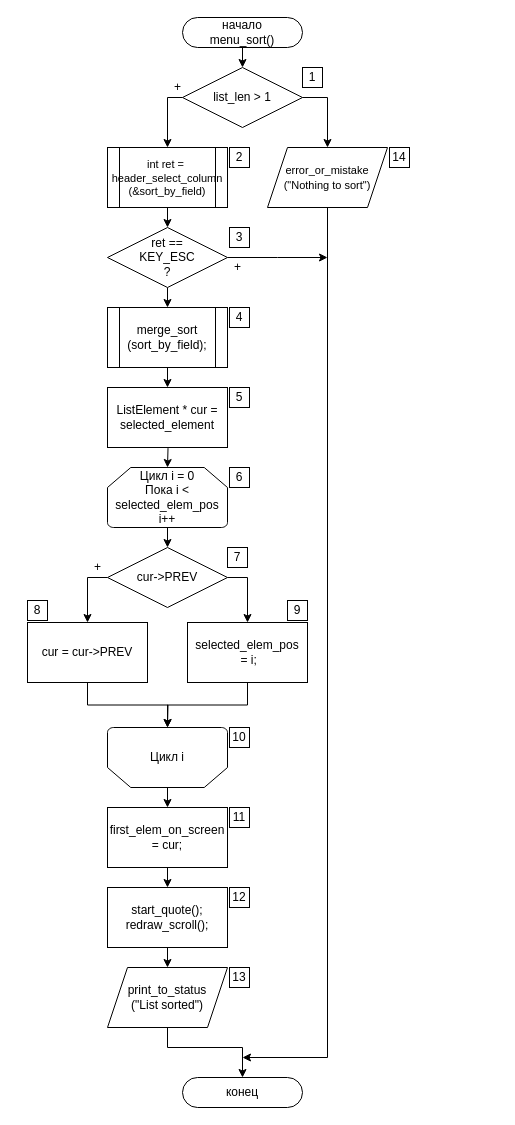
The draw.io diagram ПЗ/Diagrams/menu_sort.drawio in Killfrra/AnP, before the edit. Source tidied: cells renumbered, new cells numbered last; positions are measured from the earlier drawing's top-left corner, leaving out a move shared by most shapes. Both pictures are drawn from the tidied source at 100%, with x=0, y=0 at pixel (27, 17).
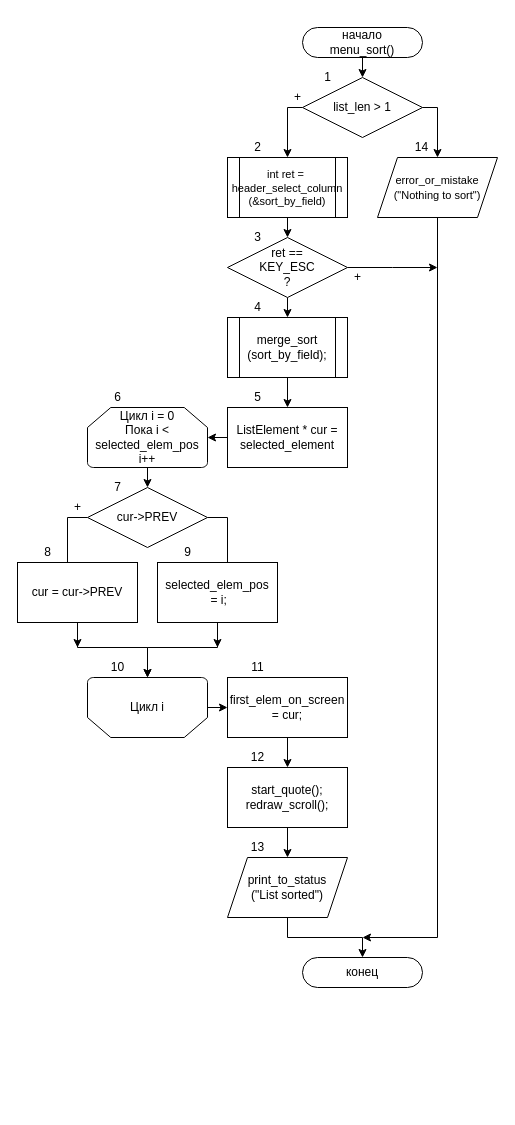
The same diagram, later.

What changed in the source:
```diff
@@
     <mxCell id="2" value="начало&lt;br&gt;menu_sort()" style="rounded=1;whiteSpace=wrap;html=1;arcSize=50;" parent="1" vertex="1">
-      <mxGeometry x="155" width="120" height="30" as="geometry" />
+      <mxGeometry x="275" y="10" width="120" height="30" as="geometry" />
     </mxCell>
     <mxCell id="3" value="конец" style="rounded=1;whiteSpace=wrap;html=1;arcSize=50;" parent="1" vertex="1">
-      <mxGeometry x="155" y="1060" width="120" height="30" as="geometry" />
+      <mxGeometry x="275" y="940" width="120" height="30" as="geometry" />
     </mxCell>
     <mxCell id="4" style="edgeStyle=orthogonalEdgeStyle;rounded=0;jettySize=auto;html=1;exitX=0;exitY=0.5;exitDx=0;exitDy=0;entryX=0.5;entryY=0;entryDx=0;entryDy=0;" parent="1" edge="1" source="5" target="52">
       <mxGeometry relative="1" as="geometry">
         <Array as="points">
-          <mxPoint x="140" y="80" />
+          <mxPoint x="260" y="90" />
         </Array>
       </mxGeometry>
     </mxCell>
     <mxCell id="5" value="list_len &gt; 1" style="rhombus;whiteSpace=wrap;html=1;rounded=0;" parent="1" vertex="1">
-      <mxGeometry x="155" y="50" width="120" height="60" as="geometry" />
+      <mxGeometry x="275" y="60" width="120" height="60" as="geometry" />
     </mxCell>
     <mxCell id="6" value="start_quote();&lt;br&gt;redraw_scroll();" style="rounded=0;whiteSpace=wrap;html=1;" parent="1" vertex="1">
-      <mxGeometry x="80" y="870" width="120" height="60" as="geometry" />
+      <mxGeometry x="200" y="750" width="120" height="60" as="geometry" />
     </mxCell>
     <mxCell id="7" value="Цикл i = 0&lt;br&gt;Пока i &amp;lt; selected_elem_pos&lt;br&gt;i++" style="strokeWidth=1;html=1;shape=mxgraph.flowchart.loop_limit;whiteSpace=wrap;flipV=0;" parent="1" vertex="1">
-      <mxGeometry x="80" y="450" width="120" height="60" as="geometry" />
+      <mxGeometry x="60" y="390" width="120" height="60" as="geometry" />
     </mxCell>
-    <mxCell id="8" style="edgeStyle=orthogonalEdgeStyle;rounded=0;jettySize=auto;html=1;exitX=0.5;exitY=0;exitDx=0;exitDy=0;exitPerimeter=0;entryX=0.5;entryY=0;entryDx=0;entryDy=0;" parent="1" edge="1" source="9" target="49">
+    <mxCell id="8" style="edgeStyle=orthogonalEdgeStyle;rounded=0;jettySize=auto;html=1;exitX=1;exitY=0.5;exitDx=0;exitDy=0;exitPerimeter=0;entryX=0;entryY=0.5;entryDx=0;entryDy=0;" parent="1" edge="1" source="9" target="49">
       <mxGeometry relative="1" as="geometry" />
     </mxCell>
     <mxCell id="9" value="Цикл i" style="strokeWidth=1;html=1;shape=mxgraph.flowchart.loop_limit;whiteSpace=wrap;flipV=1;" parent="1" vertex="1">
-      <mxGeometry x="80" y="710" width="120" height="60" as="geometry" />
+      <mxGeometry x="60" y="660" width="120" height="60" as="geometry" />
     </mxCell>
@@
     <mxCell id="12" value="cur-&amp;gt;PREV" style="rhombus;whiteSpace=wrap;html=1;rounded=0;" parent="1" vertex="1">
-      <mxGeometry x="80" y="530" width="120" height="60" as="geometry" />
+      <mxGeometry x="60" y="470" width="120" height="60" as="geometry" />
     </mxCell>
     <mxCell id="13" style="edgeStyle=orthogonalEdgeStyle;rounded=0;jettySize=auto;html=1;exitX=0.5;exitY=1;exitDx=0;exitDy=0;entryX=0.5;entryY=1;entryDx=0;entryDy=0;entryPerimeter=0;" parent="1" edge="1" source="14" target="9">
-      <mxGeometry relative="1" as="geometry" />
+      <mxGeometry relative="1" as="geometry">
+        <Array as="points">
+          <mxPoint x="190" y="630" />
+          <mxPoint x="120" y="630" />
+        </Array>
+      </mxGeometry>
     </mxCell>
+    <mxCell id="54" style="edgeStyle=orthogonalEdgeStyle;rounded=0;jettySize=auto;html=1;exitX=0.5;exitY=1;exitDx=0;exitDy=0;" parent="1" edge="1" source="14">
+      <mxGeometry relative="1" as="geometry">
+        <mxPoint x="190" y="630" as="targetPoint" />
+        <Array as="points">
+          <mxPoint x="190" y="620" />
+          <mxPoint x="190" y="620" />
+        </Array>
+      </mxGeometry>
+    </mxCell>
     <mxCell id="14" value="&lt;font style=&quot;font-size: 12px&quot;&gt;selected_elem_pos&lt;br&gt;&amp;nbsp;= i;&lt;/font&gt;" style="rounded=0;whiteSpace=wrap;html=1;" parent="1" vertex="1">
-      <mxGeometry x="160" y="605" width="120" height="60" as="geometry" />
+      <mxGeometry x="130" y="545" width="120" height="60" as="geometry" />
     </mxCell>
-    <mxCell id="15" style="edgeStyle=orthogonalEdgeStyle;rounded=0;jettySize=auto;html=1;exitX=0.5;exitY=1;exitDx=0;exitDy=0;" parent="1" edge="1" source="16">
+    <mxCell id="15" style="edgeStyle=orthogonalEdgeStyle;rounded=0;jettySize=auto;html=1;exitX=0.5;exitY=1;exitDx=0;exitDy=0;entryX=0.5;entryY=1;entryDx=0;entryDy=0;entryPerimeter=0;" parent="1" edge="1" source="16" target="9">
       <mxGeometry relative="1" as="geometry">
-        <mxPoint x="140" y="710" as="targetPoint" />
+        <Array as="points">
+          <mxPoint x="50" y="630" />
+          <mxPoint x="120" y="630" />
+        </Array>
       </mxGeometry>
     </mxCell>
+    <mxCell id="55" style="edgeStyle=orthogonalEdgeStyle;rounded=0;jettySize=auto;html=1;exitX=0.5;exitY=1;exitDx=0;exitDy=0;" parent="1" edge="1" source="16">
+      <mxGeometry relative="1" as="geometry">
+        <mxPoint x="50" y="630" as="targetPoint" />
+      </mxGeometry>
+    </mxCell>
     <mxCell id="16" value="cur = cur-&gt;PREV" style="rounded=0;whiteSpace=wrap;html=1;" parent="1" vertex="1">
-      <mxGeometry y="605" width="120" height="60" as="geometry" />
+      <mxGeometry x="-10" y="545" width="120" height="60" as="geometry" />
     </mxCell>
@@
     <mxCell id="19" value="merge_sort&lt;br&gt;(sort_by_field);" style="shape=process;whiteSpace=wrap;html=1;backgroundOutline=1;fontFamily=Helvetica;fontSize=12;fontColor=#000000;align=center;strokeColor=#000000;fillColor=#ffffff;" parent="1" vertex="1">
-      <mxGeometry x="80" y="290" width="120" height="60" as="geometry" />
+      <mxGeometry x="200" y="300" width="120" height="60" as="geometry" />
     </mxCell>
-    <mxCell id="20" style="edgeStyle=orthogonalEdgeStyle;rounded=0;jettySize=auto;html=1;exitX=0.5;exitY=1;exitDx=0;exitDy=0;entryX=0.5;entryY=0;entryDx=0;entryDy=0;" parent="1" edge="1" target="7">
-      <mxGeometry relative="1" as="geometry">
-        <mxPoint x="140" y="410" as="sourcePoint" />
-      </mxGeometry>
-    </mxCell>
@@
     <mxCell id="22" style="edgeStyle=orthogonalEdgeStyle;rounded=0;jettySize=auto;html=1;exitX=1;exitY=0.5;exitDx=0;exitDy=0;" parent="1" edge="1" source="23">
       <mxGeometry relative="1" as="geometry">
-        <mxPoint x="300" y="240" as="targetPoint" />
+        <mxPoint x="410" y="250" as="targetPoint" />
       </mxGeometry>
     </mxCell>
     <mxCell id="23" value="ret == &lt;br&gt;KEY_ESC&lt;br&gt;?" style="rhombus;whiteSpace=wrap;html=1;rounded=0;" parent="1" vertex="1">
-      <mxGeometry x="80" y="210" width="120" height="60" as="geometry" />
+      <mxGeometry x="200" y="220" width="120" height="60" as="geometry" />
     </mxCell>
@@
     <mxCell id="25" style="edgeStyle=orthogonalEdgeStyle;rounded=0;jettySize=auto;html=1;exitX=0.5;exitY=1;exitDx=0;exitDy=0;endSize=6;" parent="1" edge="1" source="26">
       <mxGeometry relative="1" as="geometry">
-        <mxPoint x="215" y="1040" as="targetPoint" />
+        <mxPoint x="335" y="920" as="targetPoint" />
         <Array as="points">
-          <mxPoint x="300" y="1040" />
+          <mxPoint x="410" y="920" />
         </Array>
       </mxGeometry>
     </mxCell>
     <mxCell id="26" value="&lt;font style=&quot;font-size: 11px&quot;&gt;error_or_mistake&lt;br&gt;(&quot;Nothing to sort&quot;)&lt;/font&gt;" style="shape=parallelogram;perimeter=parallelogramPerimeter;whiteSpace=wrap;html=1;fixedSize=1;fontFamily=Helvetica;fontSize=12;fontColor=#000000;align=center;strokeColor=#000000;fillColor=#ffffff;" parent="1" vertex="1">
-      <mxGeometry x="240" y="130" width="120" height="60" as="geometry" />
+      <mxGeometry x="350" y="140" width="120" height="60" as="geometry" />
     </mxCell>
     <mxCell id="27" style="edgeStyle=orthogonalEdgeStyle;rounded=0;jettySize=auto;html=1;exitX=1;exitY=0.5;exitDx=0;exitDy=0;entryX=0.5;entryY=0;entryDx=0;entryDy=0;" parent="1" edge="1" source="5" target="26">
-      <mxGeometry relative="1" as="geometry" />
+      <mxGeometry relative="1" as="geometry">
+        <Array as="points">
+          <mxPoint x="410" y="90" />
+        </Array>
+      </mxGeometry>
     </mxCell>
@@
     <mxCell id="29" style="edgeStyle=orthogonalEdgeStyle;rounded=0;jettySize=auto;html=1;exitX=0.5;exitY=1;exitDx=0;exitDy=0;entryX=0.5;entryY=0;entryDx=0;entryDy=0;" parent="1" edge="1" source="30" target="3">
       <mxGeometry relative="1" as="geometry">
         <Array as="points">
-          <mxPoint x="140" y="1030" />
-          <mxPoint x="215" y="1030" />
+          <mxPoint x="260" y="920" />
+          <mxPoint x="335" y="920" />
         </Array>
       </mxGeometry>
     </mxCell>
     <mxCell id="30" value="&lt;span&gt;print_to_status&lt;br&gt;(&quot;List sorted&quot;)&lt;/span&gt;" style="shape=parallelogram;perimeter=parallelogramPerimeter;whiteSpace=wrap;html=1;fixedSize=1;" parent="1" vertex="1">
-      <mxGeometry x="80" y="950" width="120" height="60" as="geometry" />
+      <mxGeometry x="200" y="840" width="120" height="60" as="geometry" />
     </mxCell>
@@
+    <mxCell id="56" style="edgeStyle=orthogonalEdgeStyle;rounded=0;jettySize=auto;html=1;exitX=0;exitY=0.5;exitDx=0;exitDy=0;entryX=1;entryY=0.5;entryDx=0;entryDy=0;entryPerimeter=0;" parent="1" edge="1" source="32" target="7">
+      <mxGeometry relative="1" as="geometry" />
+    </mxCell>
     <mxCell id="32" value="ListElement * cur = selected_element" style="rounded=0;whiteSpace=wrap;html=1;" parent="1" vertex="1">
-      <mxGeometry x="80" y="370" width="120" height="60" as="geometry" />
+      <mxGeometry x="200" y="390" width="120" height="60" as="geometry" />
     </mxCell>
+    <mxCell id="45" value="+" style="text;html=1;align=center;verticalAlign=middle;" parent="1" vertex="1">
+      <mxGeometry x="260" y="70" width="20" height="20" as="geometry" />
+    </mxCell>
+    <mxCell id="46" value="+" style="text;html=1;align=center;verticalAlign=middle;" parent="1" vertex="1">
+      <mxGeometry x="320" y="250" width="20" height="20" as="geometry" />
+    </mxCell>
+    <mxCell id="47" value="+" style="text;html=1;align=center;verticalAlign=middle;" parent="1" vertex="1">
+      <mxGeometry x="40" y="480" width="20" height="20" as="geometry" />
+    </mxCell>
+    <mxCell id="48" style="edgeStyle=orthogonalEdgeStyle;rounded=0;jettySize=auto;html=1;exitX=0.5;exitY=1;exitDx=0;exitDy=0;entryX=0.5;entryY=0;entryDx=0;entryDy=0;" parent="1" edge="1" source="49" target="6">
+      <mxGeometry relative="1" as="geometry" />
+    </mxCell>
+    <mxCell id="49" value="first_elem_on_screen = cur;" style="rounded=0;whiteSpace=wrap;html=1;" parent="1" vertex="1">
+      <mxGeometry x="200" y="660" width="120" height="60" as="geometry" />
+    </mxCell>
+    <mxCell id="51" style="edgeStyle=orthogonalEdgeStyle;rounded=0;jettySize=auto;html=1;exitX=0.5;exitY=1;exitDx=0;exitDy=0;entryX=0.5;entryY=0;entryDx=0;entryDy=0;" parent="1" edge="1" source="52" target="23">
+      <mxGeometry relative="1" as="geometry" />
+    </mxCell>
+    <mxCell id="52" value="&lt;font style=&quot;font-size: 11px&quot;&gt;int ret =&amp;nbsp;&lt;br&gt;&lt;span&gt;header_select_column&lt;/span&gt;&lt;/font&gt;&lt;div style=&quot;font-size: 11px&quot;&gt;&lt;font style=&quot;font-size: 11px&quot;&gt;(&amp;amp;sort_by_field)&lt;/font&gt;&lt;/div&gt;" style="shape=process;whiteSpace=wrap;html=1;backgroundOutline=1;" parent="1" vertex="1">
+      <mxGeometry x="200" y="140" width="120" height="60" as="geometry" />
+    </mxCell>
-    <mxCell id="33" value="1" style="whiteSpace=wrap;html=1;" parent="1" vertex="1">
-      <mxGeometry x="275" y="50" width="20" height="20" as="geometry" />
+    <mxCell id="33" value="1" style="text;html=1;align=center;verticalAlign=middle;" parent="1" vertex="1">
+      <mxGeometry x="290" y="50" width="20" height="20" as="geometry" />
     </mxCell>
+    <mxCell id="53" value="2" style="text;html=1;align=center;verticalAlign=middle;" parent="1" vertex="1">
+      <mxGeometry x="220" y="120" width="20" height="20" as="geometry" />
+    </mxCell>
-    <mxCell id="34" value="14" style="whiteSpace=wrap;html=1;" parent="1" vertex="1">
-      <mxGeometry x="362" y="130" width="20" height="20" as="geometry" />
+    <mxCell id="34" value="14" style="text;html=1;align=center;verticalAlign=middle;" parent="1" vertex="1">
+      <mxGeometry x="379" y="120" width="30" height="20" as="geometry" />
     </mxCell>
-    <mxCell id="35" value="3" style="whiteSpace=wrap;html=1;" parent="1" vertex="1">
-      <mxGeometry x="202" y="210" width="20" height="20" as="geometry" />
+    <mxCell id="35" value="3" style="text;html=1;align=center;verticalAlign=middle;" parent="1" vertex="1">
+      <mxGeometry x="220" y="210" width="20" height="20" as="geometry" />
     </mxCell>
-    <mxCell id="36" value="4" style="whiteSpace=wrap;html=1;" parent="1" vertex="1">
-      <mxGeometry x="202" y="290" width="20" height="20" as="geometry" />
+    <mxCell id="36" value="4" style="text;html=1;align=center;verticalAlign=middle;" parent="1" vertex="1">
+      <mxGeometry x="220" y="280" width="20" height="20" as="geometry" />
     </mxCell>
-    <mxCell id="37" value="5" style="whiteSpace=wrap;html=1;" parent="1" vertex="1">
-      <mxGeometry x="202" y="370" width="20" height="20" as="geometry" />
+    <mxCell id="37" value="5" style="text;html=1;align=center;verticalAlign=middle;" parent="1" vertex="1">
+      <mxGeometry x="220" y="370" width="20" height="20" as="geometry" />
     </mxCell>
-    <mxCell id="38" value="6" style="whiteSpace=wrap;html=1;" parent="1" vertex="1">
-      <mxGeometry x="202" y="450" width="20" height="20" as="geometry" />
+    <mxCell id="38" value="6" style="text;html=1;align=center;verticalAlign=middle;" parent="1" vertex="1">
+      <mxGeometry x="80" y="370" width="20" height="20" as="geometry" />
     </mxCell>
-    <mxCell id="39" value="7" style="whiteSpace=wrap;html=1;" parent="1" vertex="1">
-      <mxGeometry x="200" y="530" width="20" height="20" as="geometry" />
+    <mxCell id="39" value="7" style="text;html=1;align=center;verticalAlign=middle;" parent="1" vertex="1">
+      <mxGeometry x="80" y="460" width="20" height="20" as="geometry" />
     </mxCell>
-    <mxCell id="40" value="8" style="whiteSpace=wrap;html=1;" parent="1" vertex="1">
-      <mxGeometry y="583" width="20" height="20" as="geometry" />
+    <mxCell id="40" value="8" style="text;html=1;align=center;verticalAlign=middle;" parent="1" vertex="1">
+      <mxGeometry x="10" y="525" width="20" height="20" as="geometry" />
     </mxCell>
-    <mxCell id="41" value="9" style="whiteSpace=wrap;html=1;" parent="1" vertex="1">
-      <mxGeometry x="260" y="583" width="20" height="20" as="geometry" />
+    <mxCell id="41" value="9" style="text;html=1;align=center;verticalAlign=middle;" parent="1" vertex="1">
+      <mxGeometry x="150" y="525" width="20" height="20" as="geometry" />
     </mxCell>
-    <mxCell id="42" value="10" style="whiteSpace=wrap;html=1;" parent="1" vertex="1">
-      <mxGeometry x="202" y="710" width="20" height="20" as="geometry" />
+    <mxCell id="42" value="10" style="text;html=1;align=center;verticalAlign=middle;" parent="1" vertex="1">
+      <mxGeometry x="75" y="640" width="30" height="20" as="geometry" />
     </mxCell>
+    <mxCell id="50" value="11" style="text;html=1;align=center;verticalAlign=middle;" parent="1" vertex="1">
+      <mxGeometry x="215" y="640" width="30" height="20" as="geometry" />
+    </mxCell>
-    <mxCell id="43" value="12" style="whiteSpace=wrap;html=1;" parent="1" vertex="1">
-      <mxGeometry x="202" y="870" width="20" height="20" as="geometry" />
+    <mxCell id="43" value="12" style="text;html=1;align=center;verticalAlign=middle;" parent="1" vertex="1">
+      <mxGeometry x="215" y="730" width="30" height="20" as="geometry" />
     </mxCell>
-    <mxCell id="44" value="13" style="whiteSpace=wrap;html=1;" parent="1" vertex="1">
-      <mxGeometry x="202" y="950" width="20" height="20" as="geometry" />
+    <mxCell id="44" value="13" style="text;html=1;align=center;verticalAlign=middle;" parent="1" vertex="1">
+      <mxGeometry x="215" y="820" width="30" height="20" as="geometry" />
     </mxCell>
-    <mxCell id="45" value="+" style="text;html=1;align=center;verticalAlign=middle;" parent="1" vertex="1">
-      <mxGeometry x="140" y="60" width="20" height="20" as="geometry" />
-    </mxCell>
-    <mxCell id="46" value="+" style="text;html=1;align=center;verticalAlign=middle;" parent="1" vertex="1">
-      <mxGeometry x="200" y="240" width="20" height="20" as="geometry" />
-    </mxCell>
-    <mxCell id="47" value="+" style="text;html=1;align=center;verticalAlign=middle;" parent="1" vertex="1">
-      <mxGeometry x="60" y="540" width="20" height="20" as="geometry" />
-    </mxCell>
-    <mxCell id="48" style="edgeStyle=orthogonalEdgeStyle;rounded=0;jettySize=auto;html=1;exitX=0.5;exitY=1;exitDx=0;exitDy=0;entryX=0.5;entryY=0;entryDx=0;entryDy=0;" parent="1" edge="1" source="49" target="6">
-      <mxGeometry relative="1" as="geometry" />
-    </mxCell>
-    <mxCell id="49" value="first_elem_on_screen = cur;" style="rounded=0;whiteSpace=wrap;html=1;" parent="1" vertex="1">
-      <mxGeometry x="80" y="790" width="120" height="60" as="geometry" />
-    </mxCell>
-    <mxCell id="50" value="11" style="whiteSpace=wrap;html=1;" parent="1" vertex="1">
-      <mxGeometry x="202" y="790" width="20" height="20" as="geometry" />
-    </mxCell>
-    <mxCell id="51" style="edgeStyle=orthogonalEdgeStyle;rounded=0;jettySize=auto;html=1;exitX=0.5;exitY=1;exitDx=0;exitDy=0;entryX=0.5;entryY=0;entryDx=0;entryDy=0;" parent="1" edge="1" source="52" target="23">
-      <mxGeometry relative="1" as="geometry" />
-    </mxCell>
-    <mxCell id="52" value="&lt;font style=&quot;font-size: 11px&quot;&gt;int ret =&amp;nbsp;&lt;br&gt;&lt;span&gt;header_select_column&lt;/span&gt;&lt;/font&gt;&lt;div style=&quot;font-size: 11px&quot;&gt;&lt;font style=&quot;font-size: 11px&quot;&gt;(&amp;amp;sort_by_field)&lt;/font&gt;&lt;/div&gt;" style="shape=process;whiteSpace=wrap;html=1;backgroundOutline=1;" parent="1" vertex="1">
-      <mxGeometry x="80" y="130" width="120" height="60" as="geometry" />
-    </mxCell>
-    <mxCell id="53" value="2" style="whiteSpace=wrap;html=1;" parent="1" vertex="1">
-      <mxGeometry x="202" y="130" width="20" height="20" as="geometry" />
-    </mxCell>
```
